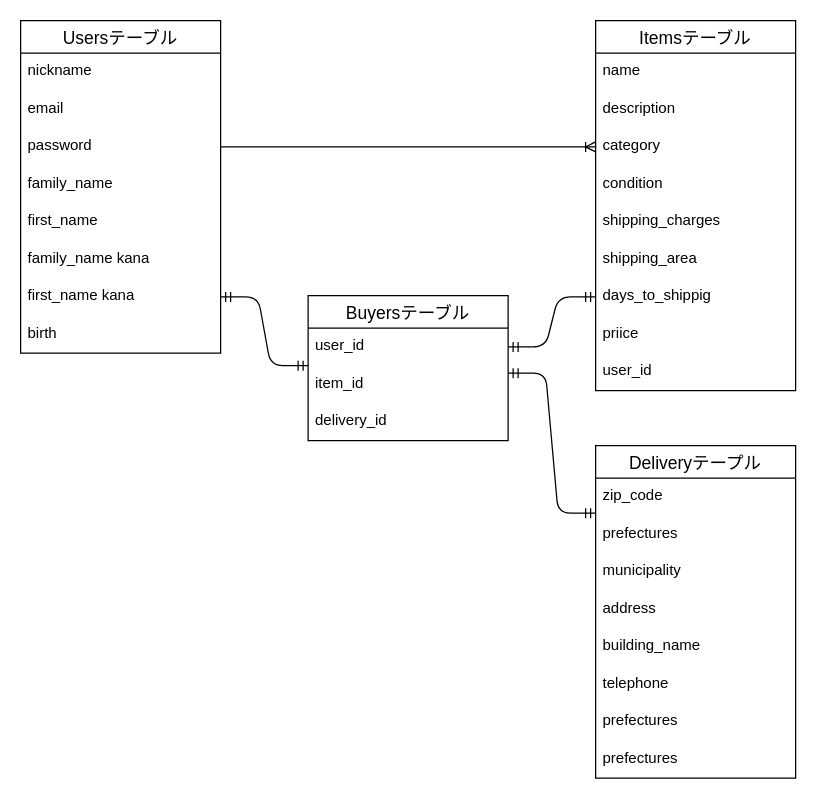
Masaki-ogr/furima-29346 keeps this draw.io diagram as furima.dio. Above is the earlier version. Source tidied: cells renumbered, new cells numbered last; positions are measured from the earlier drawing's top-left corner, leaving out a move shared by most shapes. Both pictures are drawn from the tidied source at 125%, with x=0, y=0 at pixel (20, 20).
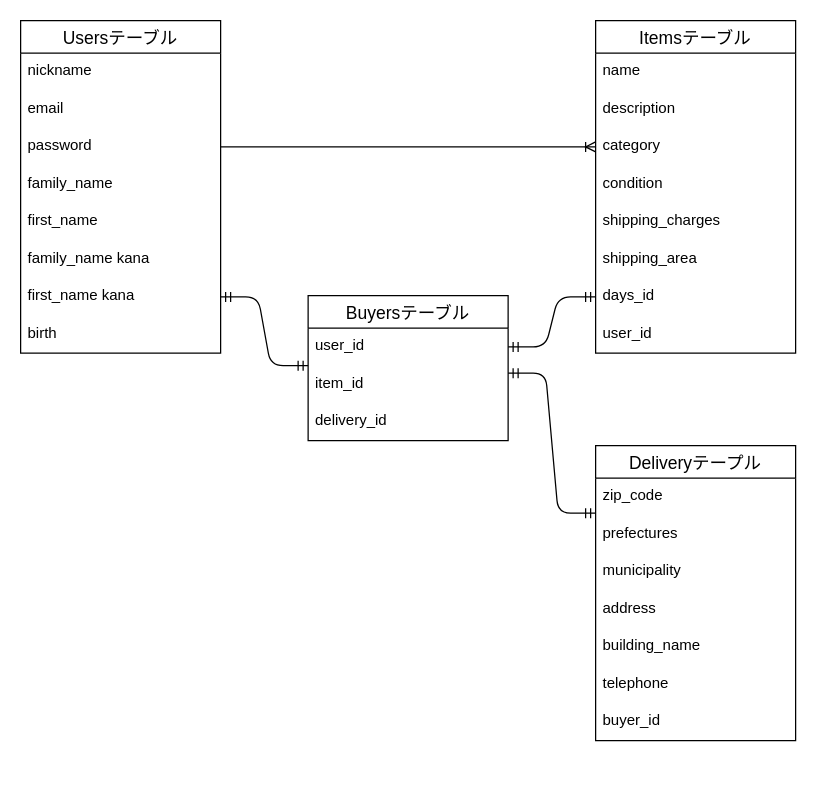
The same diagram, later.

Commit message (it also covers changes not shown here):
アソシエーション、active-hashを使うカラム名の修正

The edit, as a diff of the source:
```diff
@@
     <mxCell id="12" value="Itemsテーブル" style="swimlane;fontStyle=0;horizontal=1;startSize=26;align=center;fontSize=14;" parent="1" vertex="1">
-      <mxGeometry x="460" width="160" height="296" as="geometry" />
+      <mxGeometry x="460" width="160" height="266" as="geometry" />
     </mxCell>
@@
-    <mxCell id="19" value="days_to_shippig" style="text;strokeColor=none;fillColor=none;spacingLeft=4;spacingRight=4;overflow=hidden;points=[[0,0.5],[1,0.5]];portConstraint=eastwest;fontSize=12;" parent="12" vertex="1">
+    <mxCell id="19" value="days_id" style="text;strokeColor=none;fillColor=none;spacingLeft=4;spacingRight=4;overflow=hidden;points=[[0,0.5],[1,0.5]];portConstraint=eastwest;fontSize=12;" parent="12" vertex="1">
       <mxGeometry y="206" width="160" height="30" as="geometry" />
     </mxCell>
-    <mxCell id="20" value="priice" style="text;strokeColor=none;fillColor=none;spacingLeft=4;spacingRight=4;overflow=hidden;fontSize=12;" parent="12" vertex="1">
-      <mxGeometry y="236" width="160" height="30" as="geometry" />
-    </mxCell>
     <mxCell id="21" value="user_id" style="text;strokeColor=none;fillColor=none;spacingLeft=4;spacingRight=4;overflow=hidden;fontSize=12;" parent="12" vertex="1">
-      <mxGeometry y="266" width="160" height="30" as="geometry" />
+      <mxGeometry y="236" width="160" height="30" as="geometry" />
     </mxCell>
     <mxCell id="22" value="Deliveryテープル" style="swimlane;fontStyle=0;horizontal=1;startSize=26;align=center;fontSize=14;" parent="1" vertex="1">
-      <mxGeometry x="460" y="340" width="160" height="266" as="geometry" />
+      <mxGeometry x="460" y="340" width="160" height="236" as="geometry" />
     </mxCell>
@@
-    <mxCell id="29" value="prefectures" style="text;strokeColor=none;fillColor=none;spacingLeft=4;spacingRight=4;overflow=hidden;fontSize=12;" parent="22" vertex="1">
-      <mxGeometry y="206" width="160" height="30" as="geometry" />
-    </mxCell>
-    <mxCell id="30" value="prefectures" style="text;strokeColor=none;fillColor=none;spacingLeft=4;spacingRight=4;overflow=hidden;fontSize=12;" parent="22" vertex="1">
-      <mxGeometry y="236" width="160" height="30" as="geometry" />
-    </mxCell>
+    <mxCell id="38" value="buyer_id" style="text;strokeColor=none;fillColor=none;spacingLeft=4;spacingRight=4;overflow=hidden;fontSize=12;" parent="22" vertex="1">
+      <mxGeometry y="206" width="160" height="30" as="geometry" />
+    </mxCell>
```
